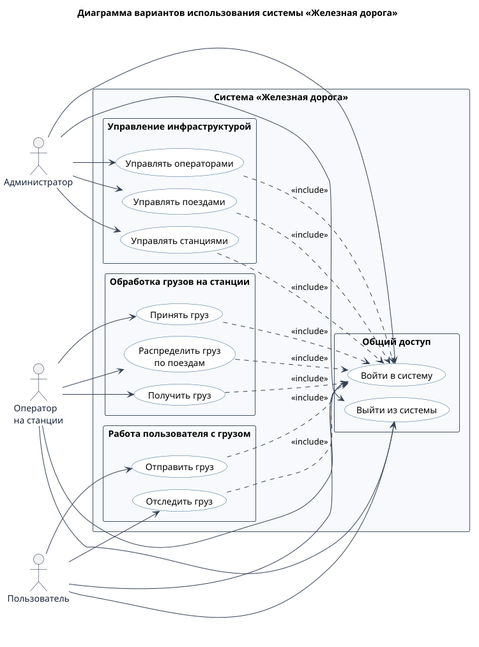
Above: uml/use-case-diagram/Связи_диаграммы_вариантов_использования.png in Gu4rDe/railway (PlantUML), before the change.
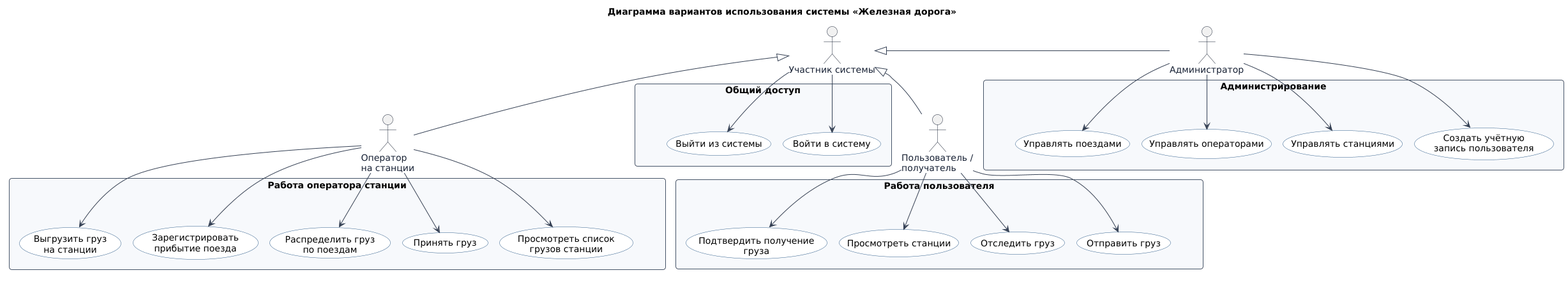
After the commit.

What changed in the source:
```diff
@@ -2,78 +2,78 @@
 !pragma layout smetana
 title Диаграмма вариантов использования системы «Железная дорога»
 
-left to right direction
-skinparam linetype ortho
-skinparam nodesep 70
-skinparam ranksep 80
-skinparam packageMargin 24
-skinparam packageStyle rectangle
+top to bottom direction
+skinparam nodesep 32
+skinparam ranksep 44
+skinparam roundcorner 8
 skinparam shadowing false
-skinparam defaultFontName Arial
+skinparam defaultFontName DejaVu Sans
 skinparam ArrowColor #344054
 skinparam ActorBorderColor #172033
 skinparam ActorFontColor #172033
 skinparam UsecaseBorderColor #2F5D8A
 skinparam UsecaseBackgroundColor #FFFFFF
-skinparam PackageBorderColor #455468
-skinparam PackageBackgroundColor #F7F9FC
+skinparam RectangleBorderColor #455468
+skinparam RectangleBackgroundColor #F7F9FC
 
+actor "Участник системы" as systemActor
 actor "Администратор" as admin
 actor "Оператор\nна станции" as operator
-actor "Пользователь" as user
+actor "Пользователь /\nполучатель" as user
 
-rectangle "Система «Железная дорога»" as system {
-  package "Общий доступ" {
-    usecase "Войти в систему" as login
-    usecase "Выйти из системы" as logout
-  }
-
-  package "Управление инфраструктурой" {
-    usecase "Управлять станциями" as stations
-    usecase "Управлять операторами" as operators
-    usecase "Управлять поездами" as trains
-  }
-
-  package "Обработка грузов на станции" {
-    usecase "Принять груз" as receive
-    usecase "Распределить груз\nпо поездам" as distribute
-    usecase "Получить груз" as pickup
-  }
-
-  package "Работа пользователя с грузом" {
-    usecase "Отправить груз" as send
-    usecase "Отследить груз" as track
-  }
+rectangle "Общий доступ\n\n" as common {
+  usecase "Войти в систему" as login
+  usecase "Выйти из системы" as logout
 }
 
-admin --> login
-admin --> logout
+rectangle "Администрирование\n\n" as adminScope {
+  usecase "Создать учётную\nзапись пользователя" as createUser
+  usecase "Управлять станциями" as stations
+  usecase "Управлять операторами" as operators
+  usecase "Управлять поездами" as trains
+}
+
+rectangle "Работа оператора станции\n\n" as operatorScope {
+  usecase "Просмотреть список\nгрузов станции" as listCargo
+  usecase "Принять груз" as receive
+  usecase "Распределить груз\nпо поездам" as distribute
+  usecase "Зарегистрировать\nприбытие поезда" as arrival
+  usecase "Выгрузить груз\nна станции" as unload
+}
+
+rectangle "Работа пользователя\n\n" as userScope {
+  usecase "Отправить груз" as send
+  usecase "Отследить груз" as track
+  usecase "Просмотреть станции" as listStations
+  usecase "Подтвердить получение\nгруза" as pickup
+}
+
+
+admin -left-|> systemActor
+operator -left-|> systemActor
+user -left-|> systemActor
+systemActor --> login
+systemActor --> logout
+
+admin --> createUser
 admin --> stations
 admin --> operators
 admin --> trains
 
-operator --> login
-operator --> logout
+operator --> listCargo
 operator --> receive
 operator --> distribute
-operator --> pickup
+operator --> arrival
+operator --> unload
 
-user --> login
-user --> logout
 user --> send
 user --> track
+user --> listStations
+user --> pickup
 
-stations ..> login : <<include>>
-operators ..> login : <<include>>
-trains ..> login : <<include>>
-receive ..> login : <<include>>
-distribute ..> login : <<include>>
-pickup ..> login : <<include>>
-send ..> login : <<include>>
-track ..> login : <<include>>
-
-send -[hidden]right-> receive
-receive -[hidden]right-> distribute
-distribute -[hidden]right-> pickup
+common -[hidden]right-> adminScope
+operatorScope -[hidden]right-> userScope
+common -[hidden]down-> operatorScope
+adminScope -[hidden]down-> userScope
 
 @enduml
```
